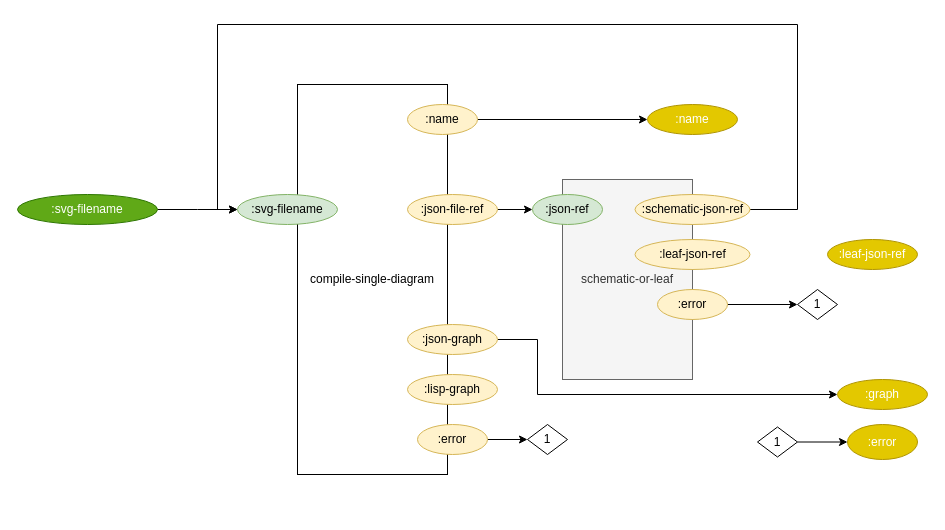
bmfbp/bmfbp keeps this draw.io diagram as page "build" (4 of 4) of build_process/cl-build/build.drawio. Above is the earlier version. Source tidied: cells renumbered, new cells numbered last; positions are measured from the earlier drawing's top-left corner, leaving out a move shared by most shapes. Both pictures are drawn from the tidied source at 100%, with x=0, y=0 at pixel (17, 24).
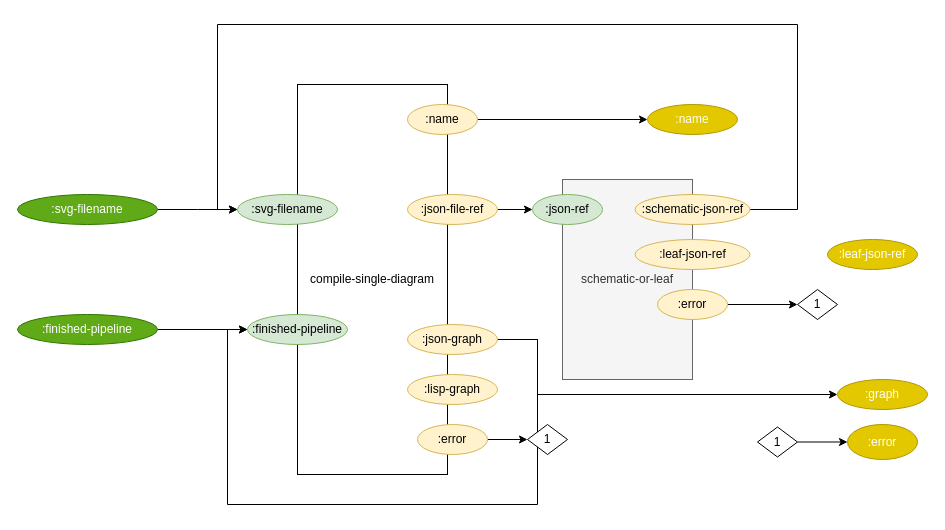
The same diagram, later.

Commit message (it also covers changes not shown here):
update: need to send something to :finished-pipeline

The change refers to these unchanged cells:
```xml
<mxCell id="8" value=":json-graph" style="ellipse;whiteSpace=wrap;html=1;fillColor=#fff2cc;strokeColor=#d6b656;" parent="1" vertex="1">
  <mxGeometry x="390" y="300" width="90" height="30" as="geometry" />
</mxCell>
```

The edit, as a diff of the source:
```diff
@@
+    <mxCell id="30" style="edgeStyle=orthogonalEdgeStyle;rounded=0;jettySize=auto;html=1;exitX=1;exitY=0.5;exitDx=0;exitDy=0;entryX=0;entryY=0.5;entryDx=0;entryDy=0;" parent="1" edge="1" source="8" target="33">
+      <mxGeometry relative="1" as="geometry">
+        <Array as="points">
+          <mxPoint x="520" y="315" />
+          <mxPoint x="520" y="480" />
+          <mxPoint x="210" y="480" />
+          <mxPoint x="210" y="305" />
+        </Array>
+      </mxGeometry>
+    </mxCell>
@@
+    <mxCell id="31" style="edgeStyle=orthogonalEdgeStyle;rounded=0;jettySize=auto;html=1;exitX=1;exitY=0.5;exitDx=0;exitDy=0;entryX=0;entryY=0.5;entryDx=0;entryDy=0;" parent="1" edge="1" source="32" target="33">
+      <mxGeometry relative="1" as="geometry" />
+    </mxCell>
+    <mxCell id="32" value=":finished-pipeline" style="ellipse;whiteSpace=wrap;html=1;fillColor=#60a917;strokeColor=#2D7600;fontColor=#ffffff;" parent="1" vertex="1">
+      <mxGeometry y="290" width="140" height="30" as="geometry" />
+    </mxCell>
+    <mxCell id="33" value=":finished-pipeline" style="ellipse;whiteSpace=wrap;html=1;fillColor=#d5e8d4;strokeColor=#82b366;" parent="1" vertex="1">
+      <mxGeometry x="230" y="290" width="100" height="30" as="geometry" />
+    </mxCell>
```
